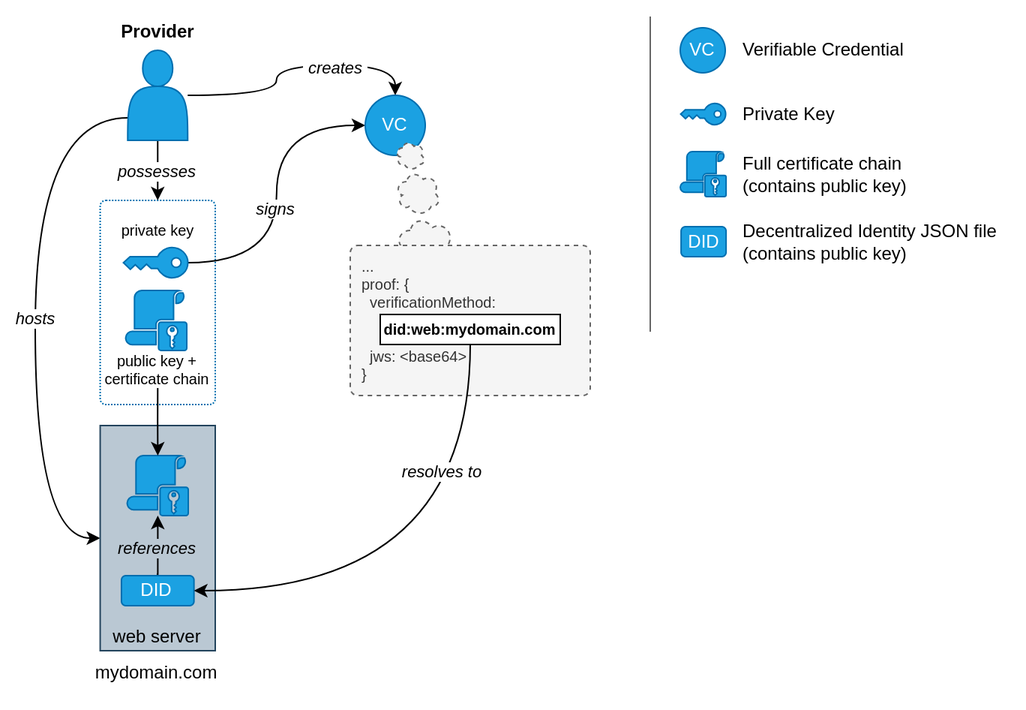
Before: _assets/images/blog/gx-credentials/gx-participant-lrn-reference.png, a diagram exported from draw.io (SovereignCloudStack/website). Source tidied: cells renumbered, new cells last; positions are measured from the earlier drawing's top-left corner, leaving out a move shared by most shapes. Source of this version:
```xml
<mxGraphModel>
  <root>
    <mxCell id="0" />
    <mxCell id="1" parent="0" />
    <mxCell id="2" style="rounded=1;whiteSpace=wrap;html=1;dashed=1;dashPattern=1 1;fillColor=none;fontColor=#ffffff;strokeColor=#006EAF;arcSize=5;" parent="1" vertex="1">
      <mxGeometry x="43.3" y="122" width="76.7" height="136" as="geometry" />
    </mxCell>
    <mxCell id="3" style="edgeStyle=orthogonalEdgeStyle;rounded=0;jettySize=auto;html=1;entryX=0;entryY=0.5;entryDx=0;entryDy=0;curved=1;exitX=0;exitY=0.75;exitDx=0;exitDy=0;" parent="1" edge="1" source="9" target="14">
      <mxGeometry relative="1" as="geometry">
        <Array as="points">
          <mxPoint y="67" />
          <mxPoint y="347" />
        </Array>
      </mxGeometry>
    </mxCell>
    <mxCell id="4" value="hosts" style="edgeLabel;html=1;align=center;verticalAlign=middle;fontStyle=2;" parent="3" vertex="1">
      <mxGeometry x="0.01" y="-1" relative="1" as="geometry" />
    </mxCell>
    <mxCell id="5" style="edgeStyle=orthogonalEdgeStyle;rounded=0;jettySize=auto;html=1;entryX=0.5;entryY=0;entryDx=0;entryDy=0;" parent="1" edge="1" source="9" target="2">
      <mxGeometry relative="1" as="geometry" />
    </mxCell>
    <mxCell id="6" value="possesses" style="edgeLabel;html=1;align=center;verticalAlign=middle;fontStyle=2;" parent="5" vertex="1">
      <mxGeometry x="-0.04" y="-2" relative="1" as="geometry">
        <mxPoint x="1" y="1" as="offset" />
      </mxGeometry>
    </mxCell>
    <mxCell id="7" style="edgeStyle=orthogonalEdgeStyle;rounded=0;jettySize=auto;html=1;entryX=0.5;entryY=0;entryDx=0;entryDy=0;curved=1;" parent="1" edge="1" source="9" target="13">
      <mxGeometry relative="1" as="geometry" />
    </mxCell>
    <mxCell id="8" value="&lt;i&gt;&amp;nbsp;creates&amp;nbsp;&lt;/i&gt;" style="edgeLabel;html=1;align=center;verticalAlign=middle;" parent="7" vertex="1">
      <mxGeometry x="0.22" y="-1" relative="1" as="geometry">
        <mxPoint x="10" as="offset" />
      </mxGeometry>
    </mxCell>
    <mxCell id="9" style="shape=actor;whiteSpace=wrap;html=1;fillColor=#1ba1e2;fontColor=#ffffff;strokeColor=#006EAF;" parent="1" vertex="1">
      <mxGeometry x="61.6" y="22" width="40" height="60" as="geometry" />
    </mxCell>
    <mxCell id="10" style="edgeStyle=orthogonalEdgeStyle;rounded=0;jettySize=auto;html=1;entryX=0;entryY=0.5;entryDx=0;entryDy=0;curved=1;" parent="1" edge="1" source="12" target="13">
      <mxGeometry relative="1" as="geometry" />
    </mxCell>
    <mxCell id="11" value="signs" style="edgeLabel;html=1;align=center;verticalAlign=middle;fontStyle=2;" parent="10" vertex="1">
      <mxGeometry x="-0.1" y="1" relative="1" as="geometry" />
    </mxCell>
    <mxCell id="12" style="sketch=0;shadow=0;dashed=0;html=1;strokeColor=#006EAF;fillColor=#1ba1e2;labelPosition=center;verticalLabelPosition=bottom;verticalAlign=top;outlineConnect=0;align=center;shape=mxgraph.office.security.key_permissions;rotation=90;fontColor=#ffffff;" parent="1" vertex="1">
      <mxGeometry x="70.1" y="142" width="20.3" height="43" as="geometry" />
    </mxCell>
    <mxCell id="13" value="VC" style="ellipse;whiteSpace=wrap;html=1;fillColor=#1ba1e2;fontColor=#ffffff;strokeColor=#006EAF;" parent="1" vertex="1">
      <mxGeometry x="220" y="52" width="40" height="40" as="geometry" />
    </mxCell>
    <mxCell id="14" value="&lt;div&gt;&lt;span style=&quot;background-color: initial;&quot;&gt;web server&lt;/span&gt;&lt;br&gt;&lt;/div&gt;" style="rounded=0;whiteSpace=wrap;html=1;verticalAlign=bottom;fillColor=#bac8d3;strokeColor=#23445d;" parent="1" vertex="1">
      <mxGeometry x="43.3" y="272" width="76.7" height="150" as="geometry" />
    </mxCell>
    <mxCell id="15" style="sketch=0;shadow=0;dashed=0;html=1;strokeColor=#006EAF;fillColor=#1ba1e2;labelPosition=center;verticalLabelPosition=bottom;verticalAlign=top;outlineConnect=0;align=center;shape=mxgraph.office.security.role_assignment_policy;fontColor=#ffffff;" parent="1" vertex="1">
      <mxGeometry x="61.3" y="292" width="40.7" height="40" as="geometry" />
    </mxCell>
    <mxCell id="16" style="edgeStyle=orthogonalEdgeStyle;rounded=0;jettySize=auto;html=1;exitX=0.5;exitY=1;exitDx=0;exitDy=0;" parent="1" edge="1" source="29" target="15">
      <mxGeometry relative="1" as="geometry" />
    </mxCell>
    <mxCell id="17" style="sketch=0;shadow=0;dashed=0;html=1;strokeColor=#006EAF;fillColor=#1ba1e2;labelPosition=center;verticalLabelPosition=bottom;verticalAlign=top;align=center;shape=mxgraph.office.security.role_assignment_policy;fontColor=#ffffff;" parent="1" vertex="1">
      <mxGeometry x="60.3" y="182" width="40.7" height="40" as="geometry" />
    </mxCell>
    <mxCell id="18" style="edgeStyle=orthogonalEdgeStyle;rounded=0;jettySize=auto;html=1;" parent="1" edge="1" source="20" target="15">
      <mxGeometry relative="1" as="geometry" />
    </mxCell>
    <mxCell id="19" value="references" style="edgeLabel;html=1;align=center;verticalAlign=middle;fontStyle=2;labelBackgroundColor=#BAC8D3;" parent="18" vertex="1">
      <mxGeometry x="-0.05" y="1" relative="1" as="geometry" />
    </mxCell>
    <mxCell id="20" value="DID" style="rounded=1;whiteSpace=wrap;html=1;fillColor=#1ba1e2;fontColor=#ffffff;strokeColor=#006EAF;" parent="1" vertex="1">
      <mxGeometry x="57.5" y="372" width="48.4" height="20" as="geometry" />
    </mxCell>
    <mxCell id="21" style="ellipse;shape=cloud;whiteSpace=wrap;html=1;dashed=1;fillColor=#f5f5f5;fontColor=#333333;strokeColor=#666666;" parent="1" vertex="1">
      <mxGeometry x="240" y="82" width="20" height="20" as="geometry" />
    </mxCell>
    <mxCell id="22" style="ellipse;shape=cloud;whiteSpace=wrap;html=1;dashed=1;fillColor=#f5f5f5;fontColor=#333333;strokeColor=#666666;" parent="1" vertex="1">
      <mxGeometry x="240" y="102" width="30" height="30" as="geometry" />
    </mxCell>
    <mxCell id="23" style="ellipse;shape=cloud;whiteSpace=wrap;html=1;dashed=1;fillColor=#f5f5f5;fontColor=#333333;strokeColor=#666666;" parent="1" vertex="1">
      <mxGeometry x="240" y="132" width="40" height="40" as="geometry" />
    </mxCell>
    <mxCell id="24" value="&lt;div style=&quot;font-size: 10px;&quot;&gt;&lt;span style=&quot;background-color: initial; font-size: 10px;&quot;&gt;...&lt;/span&gt;&lt;/div&gt;&lt;div style=&quot;font-size: 10px;&quot;&gt;&lt;span style=&quot;background-color: initial; font-size: 10px;&quot;&gt;proof: {&lt;/span&gt;&lt;/div&gt;&lt;div style=&quot;font-size: 10px;&quot;&gt;&lt;span style=&quot;background-color: initial; font-size: 10px;&quot;&gt;&amp;nbsp; verificationMethod:&lt;/span&gt;&lt;br style=&quot;font-size: 10px;&quot;&gt;&lt;/div&gt;&lt;div style=&quot;font-size: 10px;&quot;&gt;&lt;span style=&quot;background-color: initial; font-size: 10px;&quot;&gt;&lt;br&gt;&lt;/span&gt;&lt;/div&gt;&lt;div style=&quot;font-size: 10px;&quot;&gt;&lt;font style=&quot;font-size: 10px;&quot;&gt;&amp;nbsp; &amp;nbsp;&amp;nbsp;&lt;/font&gt;&lt;/div&gt;&lt;div style=&quot;font-size: 10px;&quot;&gt;&lt;font style=&quot;font-size: 10px;&quot;&gt;&amp;nbsp; jws: &amp;lt;base64&amp;gt;&lt;/font&gt;&lt;/div&gt;&lt;div style=&quot;font-size: 10px;&quot;&gt;&lt;font style=&quot;font-size: 10px;&quot;&gt;}&lt;/font&gt;&lt;/div&gt;" style="shape=label;whiteSpace=wrap;html=1;align=left;rounded=1;spacingLeft=6;dashed=1;fontSize=10;verticalAlign=middle;fillColor=#f5f5f5;fontColor=#333333;strokeColor=#666666;arcSize=5;" parent="1" vertex="1">
      <mxGeometry x="210" y="152" width="160" height="100" as="geometry" />
    </mxCell>
    <mxCell id="25" style="edgeStyle=orthogonalEdgeStyle;rounded=0;jettySize=auto;html=1;entryX=1;entryY=0.5;entryDx=0;entryDy=0;curved=1;exitX=0.5;exitY=1;exitDx=0;exitDy=0;" parent="1" edge="1" source="27" target="20">
      <mxGeometry relative="1" as="geometry" />
    </mxCell>
    <mxCell id="26" value="resolves to" style="edgeLabel;html=1;align=center;verticalAlign=middle;fontStyle=2;" parent="25" vertex="1">
      <mxGeometry x="0.59" y="-7" relative="1" as="geometry">
        <mxPoint x="92" y="-73" as="offset" />
      </mxGeometry>
    </mxCell>
    <mxCell id="27" value="&lt;font style=&quot;font-size: 10px;&quot;&gt;&lt;b style=&quot;font-size: 10px;&quot;&gt;did:web:mydomain.com&lt;/b&gt;&lt;/font&gt;" style="rounded=0;whiteSpace=wrap;html=1;fontSize=10;" parent="1" vertex="1">
      <mxGeometry x="230" y="198" width="120" height="20" as="geometry" />
    </mxCell>
    <mxCell id="28" value="private key" style="text;html=1;align=center;verticalAlign=middle;whiteSpace=wrap;rounded=0;fontSize=10;" parent="1" vertex="1">
      <mxGeometry x="51.6" y="132" width="60" height="20" as="geometry" />
    </mxCell>
    <mxCell id="29" value="public key +&lt;div&gt;certificate chain&lt;/div&gt;" style="text;html=1;align=center;verticalAlign=middle;whiteSpace=wrap;rounded=0;fontSize=10;" parent="1" vertex="1">
      <mxGeometry x="42" y="222" width="79.3" height="25" as="geometry" />
    </mxCell>
    <mxCell id="30" value="Provider" style="text;html=1;align=center;verticalAlign=middle;whiteSpace=wrap;rounded=0;fontStyle=1;" parent="1" vertex="1">
      <mxGeometry x="51.7" y="-0.5" width="60" height="20" as="geometry" />
    </mxCell>
    <mxCell id="31" style="endArrow=none;html=1;rounded=0;fillColor=#f5f5f5;strokeColor=#666666;" parent="1" edge="1">
      <mxGeometry relative="1" as="geometry">
        <mxPoint x="410" y="209.5" as="sourcePoint" />
        <mxPoint x="410" y="-0.5" as="targetPoint" />
      </mxGeometry>
    </mxCell>
    <mxCell id="32" style="sketch=0;shadow=0;dashed=0;html=1;strokeColor=#006EAF;fillColor=#1ba1e2;labelPosition=center;verticalLabelPosition=bottom;verticalAlign=top;align=center;shape=mxgraph.office.security.role_assignment_policy;fontColor=#ffffff;" parent="1" vertex="1">
      <mxGeometry x="430" y="89.5" width="30.6" height="30" as="geometry" />
    </mxCell>
    <mxCell id="33" value="DID" style="rounded=1;whiteSpace=wrap;html=1;fillColor=#1ba1e2;fontColor=#ffffff;strokeColor=#006EAF;" parent="1" vertex="1">
      <mxGeometry x="430.6" y="139.5" width="30" height="20" as="geometry" />
    </mxCell>
    <mxCell id="34" style="sketch=0;shadow=0;dashed=0;html=1;strokeColor=#006EAF;fillColor=#1ba1e2;labelPosition=center;verticalLabelPosition=bottom;verticalAlign=top;align=center;shape=mxgraph.office.security.key_permissions;rotation=90;fontColor=#ffffff;" parent="1" vertex="1">
      <mxGeometry x="438.2" y="49.5" width="14.2" height="30" as="geometry" />
    </mxCell>
    <mxCell id="35" value="VC" style="ellipse;whiteSpace=wrap;html=1;fillColor=#1ba1e2;fontColor=#ffffff;strokeColor=#006EAF;" parent="1" vertex="1">
      <mxGeometry x="430" y="7" width="30" height="30" as="geometry" />
    </mxCell>
    <mxCell id="36" value="Verifiable Credential" style="text;html=1;align=left;verticalAlign=middle;whiteSpace=wrap;rounded=0;" parent="1" vertex="1">
      <mxGeometry x="470" y="7" width="150" height="30" as="geometry" />
    </mxCell>
    <mxCell id="37" value="Private Key" style="text;html=1;align=left;verticalAlign=middle;whiteSpace=wrap;rounded=0;" parent="1" vertex="1">
      <mxGeometry x="470" y="49.5" width="150" height="30" as="geometry" />
    </mxCell>
    <mxCell id="38" value="Full certificate chain&lt;div&gt;(contains public key)&lt;/div&gt;" style="text;html=1;align=left;verticalAlign=middle;whiteSpace=wrap;rounded=0;" parent="1" vertex="1">
      <mxGeometry x="470" y="89.5" width="150" height="30" as="geometry" />
    </mxCell>
    <mxCell id="39" value="Decentralized Identity JSON file&lt;div&gt;(contains public key)&lt;/div&gt;" style="text;html=1;align=left;verticalAlign=middle;whiteSpace=wrap;rounded=0;" parent="1" vertex="1">
      <mxGeometry x="470" y="134.5" width="180" height="30" as="geometry" />
    </mxCell>
    <mxCell id="40" value="mydomain.com" style="text;html=1;align=center;verticalAlign=middle;whiteSpace=wrap;rounded=0;fontSize=12;" parent="1" vertex="1">
      <mxGeometry x="40.7" y="422" width="80" height="30" as="geometry" />
    </mxCell>
  </root>
</mxGraphModel>
```
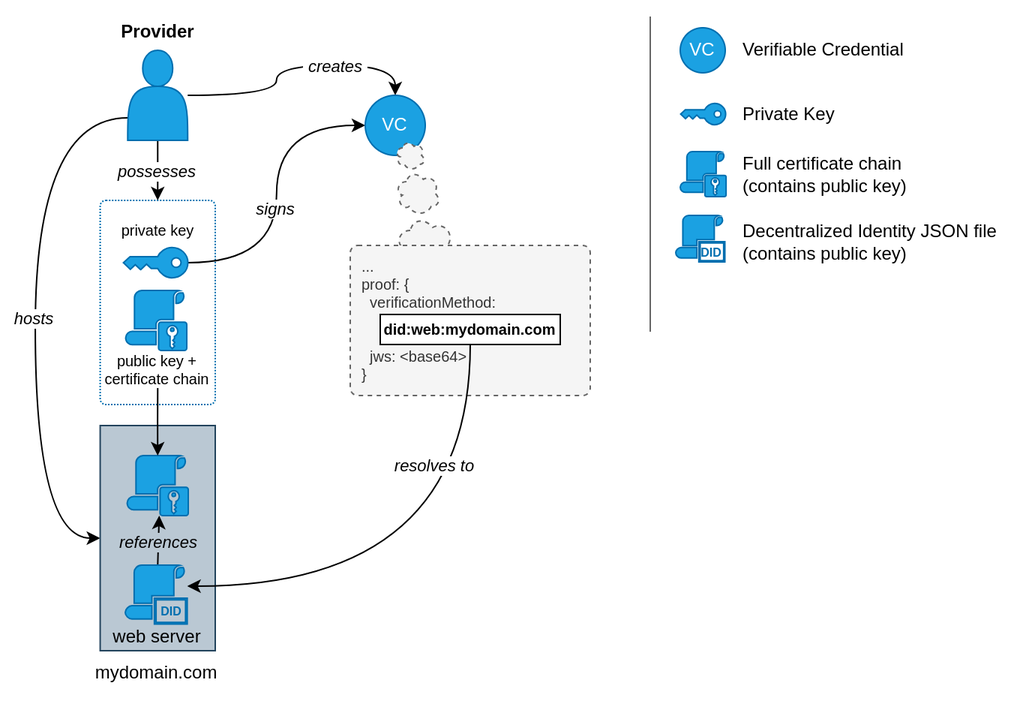
The same diagram one commit later.

What changed in the source:
```diff
@@ -59,15 +59,15 @@
     <mxCell id="17" style="sketch=0;shadow=0;dashed=0;html=1;strokeColor=#006EAF;fillColor=#1ba1e2;labelPosition=center;verticalLabelPosition=bottom;verticalAlign=top;align=center;shape=mxgraph.office.security.role_assignment_policy;fontColor=#ffffff;" parent="1" vertex="1">
       <mxGeometry x="60.3" y="182" width="40.7" height="40" as="geometry" />
     </mxCell>
-    <mxCell id="18" style="edgeStyle=orthogonalEdgeStyle;rounded=0;jettySize=auto;html=1;" parent="1" edge="1" source="20" target="15">
-      <mxGeometry relative="1" as="geometry" />
+    <mxCell id="18" style="edgeStyle=orthogonalEdgeStyle;rounded=0;orthogonalLoop=1;jettySize=auto;html=1;" parent="1" edge="1">
+      <mxGeometry relative="1" as="geometry">
+        <mxPoint x="81.6" y="365" as="sourcePoint" />
+        <mxPoint x="82.6" y="332" as="targetPoint" />
+      </mxGeometry>
     </mxCell>
     <mxCell id="19" value="references" style="edgeLabel;html=1;align=center;verticalAlign=middle;fontStyle=2;labelBackgroundColor=#BAC8D3;" parent="18" vertex="1">
       <mxGeometry x="-0.05" y="1" relative="1" as="geometry" />
     </mxCell>
-    <mxCell id="20" value="DID" style="rounded=1;whiteSpace=wrap;html=1;fillColor=#1ba1e2;fontColor=#ffffff;strokeColor=#006EAF;" parent="1" vertex="1">
-      <mxGeometry x="57.5" y="372" width="48.4" height="20" as="geometry" />
-    </mxCell>
     <mxCell id="21" style="ellipse;shape=cloud;whiteSpace=wrap;html=1;dashed=1;fillColor=#f5f5f5;fontColor=#333333;strokeColor=#666666;" parent="1" vertex="1">
       <mxGeometry x="240" y="82" width="20" height="20" as="geometry" />
     </mxCell>
@@ -80,8 +80,12 @@
     <mxCell id="24" value="&lt;div style=&quot;font-size: 10px;&quot;&gt;&lt;span style=&quot;background-color: initial; font-size: 10px;&quot;&gt;...&lt;/span&gt;&lt;/div&gt;&lt;div style=&quot;font-size: 10px;&quot;&gt;&lt;span style=&quot;background-color: initial; font-size: 10px;&quot;&gt;proof: {&lt;/span&gt;&lt;/div&gt;&lt;div style=&quot;font-size: 10px;&quot;&gt;&lt;span style=&quot;background-color: initial; font-size: 10px;&quot;&gt;&amp;nbsp; verificationMethod:&lt;/span&gt;&lt;br style=&quot;font-size: 10px;&quot;&gt;&lt;/div&gt;&lt;div style=&quot;font-size: 10px;&quot;&gt;&lt;span style=&quot;background-color: initial; font-size: 10px;&quot;&gt;&lt;br&gt;&lt;/span&gt;&lt;/div&gt;&lt;div style=&quot;font-size: 10px;&quot;&gt;&lt;font style=&quot;font-size: 10px;&quot;&gt;&amp;nbsp; &amp;nbsp;&amp;nbsp;&lt;/font&gt;&lt;/div&gt;&lt;div style=&quot;font-size: 10px;&quot;&gt;&lt;font style=&quot;font-size: 10px;&quot;&gt;&amp;nbsp; jws: &amp;lt;base64&amp;gt;&lt;/font&gt;&lt;/div&gt;&lt;div style=&quot;font-size: 10px;&quot;&gt;&lt;font style=&quot;font-size: 10px;&quot;&gt;}&lt;/font&gt;&lt;/div&gt;" style="shape=label;whiteSpace=wrap;html=1;align=left;rounded=1;spacingLeft=6;dashed=1;fontSize=10;verticalAlign=middle;fillColor=#f5f5f5;fontColor=#333333;strokeColor=#666666;arcSize=5;" parent="1" vertex="1">
       <mxGeometry x="210" y="152" width="160" height="100" as="geometry" />
     </mxCell>
-    <mxCell id="25" style="edgeStyle=orthogonalEdgeStyle;rounded=0;jettySize=auto;html=1;entryX=1;entryY=0.5;entryDx=0;entryDy=0;curved=1;exitX=0.5;exitY=1;exitDx=0;exitDy=0;" parent="1" edge="1" source="27" target="20">
-      <mxGeometry relative="1" as="geometry" />
+    <mxCell id="25" style="edgeStyle=orthogonalEdgeStyle;rounded=0;jettySize=auto;html=1;curved=1;exitX=0.5;exitY=1;exitDx=0;exitDy=0;" parent="1" edge="1" source="27" target="44">
+      <mxGeometry relative="1" as="geometry">
+        <Array as="points">
+          <mxPoint x="290" y="379" />
+        </Array>
+      </mxGeometry>
     </mxCell>
     <mxCell id="26" value="resolves to" style="edgeLabel;html=1;align=center;verticalAlign=middle;fontStyle=2;" parent="25" vertex="1">
       <mxGeometry x="0.59" y="-7" relative="1" as="geometry">
@@ -109,9 +113,6 @@
     <mxCell id="32" style="sketch=0;shadow=0;dashed=0;html=1;strokeColor=#006EAF;fillColor=#1ba1e2;labelPosition=center;verticalLabelPosition=bottom;verticalAlign=top;align=center;shape=mxgraph.office.security.role_assignment_policy;fontColor=#ffffff;" parent="1" vertex="1">
       <mxGeometry x="430" y="89.5" width="30.6" height="30" as="geometry" />
     </mxCell>
-    <mxCell id="33" value="DID" style="rounded=1;whiteSpace=wrap;html=1;fillColor=#1ba1e2;fontColor=#ffffff;strokeColor=#006EAF;" parent="1" vertex="1">
-      <mxGeometry x="430.6" y="139.5" width="30" height="20" as="geometry" />
-    </mxCell>
     <mxCell id="34" style="sketch=0;shadow=0;dashed=0;html=1;strokeColor=#006EAF;fillColor=#1ba1e2;labelPosition=center;verticalLabelPosition=bottom;verticalAlign=top;align=center;shape=mxgraph.office.security.key_permissions;rotation=90;fontColor=#ffffff;" parent="1" vertex="1">
       <mxGeometry x="438.2" y="49.5" width="14.2" height="30" as="geometry" />
     </mxCell>
@@ -133,5 +134,23 @@
     <mxCell id="40" value="mydomain.com" style="text;html=1;align=center;verticalAlign=middle;whiteSpace=wrap;rounded=0;fontSize=12;" parent="1" vertex="1">
       <mxGeometry x="40.7" y="422" width="80" height="30" as="geometry" />
     </mxCell>
+    <mxCell id="41" style="group;" parent="1" vertex="1">
+      <mxGeometry x="427" y="132" width="56" height="53" as="geometry" />
+    </mxCell>
+    <mxCell id="42" style="sketch=0;shadow=0;dashed=0;html=1;strokeColor=#006EAF;fillColor=#1ba1e2;labelPosition=center;verticalLabelPosition=bottom;verticalAlign=top;align=center;shape=mxgraph.office.security.email_address_policy;fontColor=#ffffff;" parent="41" vertex="1">
+      <mxGeometry width="32.8" height="31" as="geometry" />
+    </mxCell>
+    <mxCell id="33" value="&lt;font style=&quot;font-size: 8px;&quot; color=&quot;#006eaf&quot;&gt;DID&lt;/font&gt;" style="rounded=0;whiteSpace=wrap;html=1;strokeColor=none;fillColor=#FFFFFF;fontColor=#007FFF;fontStyle=1;" parent="41" vertex="1">
+      <mxGeometry x="17.3" y="19" width="14" height="10" as="geometry" />
+    </mxCell>
+    <mxCell id="43" style="group;" parent="1" vertex="1">
+      <mxGeometry x="60" y="365" width="70.6" height="67" as="geometry" />
+    </mxCell>
+    <mxCell id="44" style="sketch=0;shadow=0;dashed=0;html=1;strokeColor=#006EAF;fillColor=#1ba1e2;labelPosition=center;verticalLabelPosition=bottom;verticalAlign=top;outlineConnect=0;align=center;shape=mxgraph.office.security.email_address_policy;fontColor=#ffffff;" parent="43" vertex="1">
+      <mxGeometry width="41.3" height="39.2" as="geometry" />
+    </mxCell>
+    <mxCell id="20" value="&lt;font style=&quot;font-size: 8px;&quot; color=&quot;#006eaf&quot;&gt;DID&lt;/font&gt;" style="rounded=0;whiteSpace=wrap;html=1;strokeColor=none;fillColor=#BAC8D3;fontColor=#007FFF;fontStyle=1;" parent="43" vertex="1">
+      <mxGeometry x="21.8" y="24" width="17.7" height="12.6" as="geometry" />
+    </mxCell>
   </root>
 </mxGraphModel>
```
